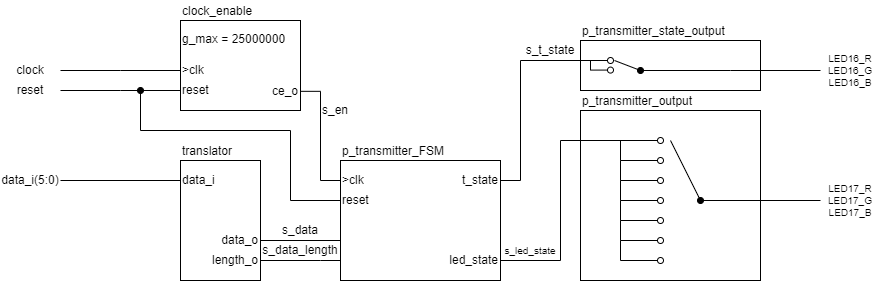
Before: project/images/transmitter.png, a diagram exported from draw.io (MusicalTester63/digital-electronics-1). Source tidied: cells renumbered, new cells last; positions are measured from the earlier drawing's top-left corner, leaving out a move shared by most shapes. The source it was exported from:
```xml
<mxGraphModel>
  <root>
    <mxCell id="0" />
    <mxCell id="1" parent="0" />
    <mxCell id="2" style="group;" parent="1" vertex="1">
      <mxGeometry x="180" y="140" width="80" height="140" as="geometry" />
    </mxCell>
    <mxCell id="3" style="rounded=0;whiteSpace=wrap;html=1;" parent="2" vertex="1">
      <mxGeometry y="20" width="80" height="120" as="geometry" />
    </mxCell>
    <mxCell id="4" value="data_i" style="text;html=1;strokeColor=none;fillColor=none;align=left;verticalAlign=middle;whiteSpace=wrap;rounded=0;" parent="2" vertex="1">
      <mxGeometry y="30" width="40" height="20" as="geometry" />
    </mxCell>
    <mxCell id="5" value="data_o" style="text;html=1;strokeColor=none;fillColor=none;align=right;verticalAlign=middle;whiteSpace=wrap;rounded=0;" parent="2" vertex="1">
      <mxGeometry y="90" width="80" height="20" as="geometry" />
    </mxCell>
    <mxCell id="6" value="translator" style="text;html=1;strokeColor=none;fillColor=none;align=left;verticalAlign=bottom;whiteSpace=wrap;rounded=0;" parent="2" vertex="1">
      <mxGeometry width="80" height="20" as="geometry" />
    </mxCell>
    <mxCell id="7" value="length_o" style="text;html=1;strokeColor=none;fillColor=none;align=right;verticalAlign=middle;whiteSpace=wrap;rounded=0;" parent="2" vertex="1">
      <mxGeometry y="110" width="80" height="20" as="geometry" />
    </mxCell>
    <mxCell id="8" style="edgeStyle=orthogonalEdgeStyle;rounded=0;jettySize=auto;html=1;exitX=0;exitY=0.5;exitDx=0;exitDy=0;endArrow=none;endFill=0;entryX=1;entryY=0.5;entryDx=0;entryDy=0;" parent="1" edge="1" source="4" target="27">
      <mxGeometry relative="1" as="geometry" />
    </mxCell>
    <mxCell id="9" style="edgeStyle=orthogonalEdgeStyle;rounded=0;jettySize=auto;html=1;exitX=1;exitY=0.5;exitDx=0;exitDy=0;endArrow=none;endFill=0;entryX=0;entryY=0.5;entryDx=0;entryDy=0;" parent="1" edge="1" source="5">
      <mxGeometry relative="1" as="geometry">
        <mxPoint x="340" y="240" as="targetPoint" />
        <Array as="points">
          <mxPoint x="340" y="240" />
        </Array>
      </mxGeometry>
    </mxCell>
    <mxCell id="10" style="edgeStyle=orthogonalEdgeStyle;rounded=0;jettySize=auto;html=1;exitX=1;exitY=0.5;exitDx=0;exitDy=0;endArrow=none;endFill=0;entryX=0;entryY=0.5;entryDx=0;entryDy=0;" parent="1" edge="1" source="7">
      <mxGeometry relative="1" as="geometry">
        <mxPoint x="340" y="260" as="targetPoint" />
        <Array as="points">
          <mxPoint x="320" y="260" />
          <mxPoint x="320" y="260" />
        </Array>
      </mxGeometry>
    </mxCell>
    <mxCell id="11" style="edgeStyle=orthogonalEdgeStyle;rounded=0;jettySize=auto;html=1;exitX=0;exitY=0.5;exitDx=0;exitDy=0;endArrow=oval;endFill=1;" parent="1" edge="1" source="14">
      <mxGeometry relative="1" as="geometry">
        <mxPoint x="140" y="90" as="targetPoint" />
        <Array as="points">
          <mxPoint x="290" y="200" />
          <mxPoint x="290" y="130" />
          <mxPoint x="140" y="130" />
        </Array>
      </mxGeometry>
    </mxCell>
    <mxCell id="12" style="group;" parent="1" vertex="1">
      <mxGeometry x="340" y="140" width="160" height="140" as="geometry" />
    </mxCell>
    <mxCell id="13" style="rounded=0;whiteSpace=wrap;html=1;" parent="12" vertex="1">
      <mxGeometry y="20" width="160" height="120" as="geometry" />
    </mxCell>
    <mxCell id="14" value="reset" style="text;html=1;strokeColor=none;fillColor=none;align=left;verticalAlign=middle;whiteSpace=wrap;rounded=0;" parent="12" vertex="1">
      <mxGeometry y="50" width="80" height="20" as="geometry" />
    </mxCell>
    <mxCell id="15" value="p_transmitter_FSM" style="text;html=1;strokeColor=none;fillColor=none;align=left;verticalAlign=bottom;whiteSpace=wrap;rounded=0;" parent="12" vertex="1">
      <mxGeometry width="160" height="20" as="geometry" />
    </mxCell>
    <mxCell id="16" value="t_state" style="text;html=1;strokeColor=none;fillColor=none;align=right;verticalAlign=middle;whiteSpace=wrap;rounded=0;" parent="12" vertex="1">
      <mxGeometry x="80" y="30" width="80" height="20" as="geometry" />
    </mxCell>
    <mxCell id="17" value="&amp;gt;clk" style="text;html=1;strokeColor=none;fillColor=none;align=left;verticalAlign=middle;whiteSpace=wrap;rounded=0;" parent="12" vertex="1">
      <mxGeometry y="30" width="80" height="20" as="geometry" />
    </mxCell>
    <mxCell id="18" value="led_state" style="text;html=1;strokeColor=none;fillColor=none;align=right;verticalAlign=middle;whiteSpace=wrap;rounded=0;" parent="12" vertex="1">
      <mxGeometry x="80" y="110" width="80" height="20" as="geometry" />
    </mxCell>
    <mxCell id="19" style="edgeStyle=elbowEdgeStyle;rounded=0;jettySize=auto;html=1;exitX=0;exitY=0.5;exitDx=0;exitDy=0;startArrow=none;startFill=0;endArrow=none;endFill=0;entryX=1;entryY=0.5;entryDx=0;entryDy=0;" parent="1" edge="1" source="32" target="29">
      <mxGeometry relative="1" as="geometry" />
    </mxCell>
    <mxCell id="20" style="edgeStyle=elbowEdgeStyle;rounded=0;jettySize=auto;html=1;exitX=1;exitY=0.5;exitDx=0;exitDy=0;startArrow=none;startFill=0;endArrow=none;endFill=0;entryX=0;entryY=0.5;entryDx=0;entryDy=0;" parent="1" edge="1" source="34" target="17">
      <mxGeometry relative="1" as="geometry" />
    </mxCell>
    <mxCell id="21" style="edgeStyle=elbowEdgeStyle;rounded=0;jettySize=auto;html=1;exitX=0;exitY=0.5;exitDx=0;exitDy=0;startArrow=none;startFill=0;endArrow=none;endFill=0;entryX=1;entryY=0.5;entryDx=0;entryDy=0;" parent="1" edge="1" source="36" target="28">
      <mxGeometry relative="1" as="geometry" />
    </mxCell>
    <mxCell id="22" value="s_en" style="text;html=1;strokeColor=none;fillColor=none;align=left;verticalAlign=middle;whiteSpace=wrap;rounded=0;" parent="1" vertex="1">
      <mxGeometry x="320" y="100" width="50" height="20" as="geometry" />
    </mxCell>
    <mxCell id="23" value="s_t_state" style="text;html=1;strokeColor=none;fillColor=none;align=center;verticalAlign=middle;whiteSpace=wrap;rounded=0;" parent="1" vertex="1">
      <mxGeometry x="520" y="40" width="60" height="20" as="geometry" />
    </mxCell>
    <mxCell id="24" value="&lt;font style=&quot;font-size: 10px&quot;&gt;s_led_state&lt;/font&gt;" style="text;html=1;strokeColor=none;fillColor=none;align=center;verticalAlign=middle;whiteSpace=wrap;rounded=0;" parent="1" vertex="1">
      <mxGeometry x="500" y="240" width="60" height="20" as="geometry" />
    </mxCell>
    <mxCell id="25" value="s_data" style="text;html=1;strokeColor=none;fillColor=none;align=center;verticalAlign=middle;whiteSpace=wrap;rounded=0;" parent="1" vertex="1">
      <mxGeometry x="260" y="220" width="80" height="20" as="geometry" />
    </mxCell>
    <mxCell id="26" value="s_data_length" style="text;html=1;strokeColor=none;fillColor=none;align=center;verticalAlign=middle;whiteSpace=wrap;rounded=0;" parent="1" vertex="1">
      <mxGeometry x="260" y="240" width="80" height="20" as="geometry" />
    </mxCell>
    <mxCell id="27" value="data_i(5:0)" style="text;html=1;strokeColor=none;fillColor=none;align=center;verticalAlign=middle;whiteSpace=wrap;rounded=0;" parent="1" vertex="1">
      <mxGeometry y="170" width="60" height="20" as="geometry" />
    </mxCell>
    <mxCell id="28" value="clock&lt;span style=&quot;color: rgba(0 , 0 , 0 , 0) ; font-family: monospace ; font-size: 0px&quot;&gt;%3CmxGraphModel%3E%3Croot%3E%3CmxCell%20id%3D%220%22%2F%3E%3CmxCell%20id%3D%221%22%20parent%3D%220%22%2F%3E%3CmxCell%20id%3D%222%22%20value%3D%22data_i(5%3A0)%22%20style%3D%22text%3Bhtml%3D1%3BstrokeColor%3Dnone%3BfillColor%3Dnone%3Balign%3Dcenter%3BverticalAlign%3Dmiddle%3BwhiteSpace%3Dwrap%3Brounded%3D0%3B%22%20vertex%3D%221%22%20parent%3D%221%22%3E%3CmxGeometry%20x%3D%2220%22%20y%3D%22210%22%20width%3D%2260%22%20height%3D%2220%22%20as%3D%22geometry%22%2F%3E%3C%2FmxCell%3E%3C%2Froot%3E%3C%2FmxGraphModel%3E&lt;/span&gt;" style="text;html=1;strokeColor=none;fillColor=none;align=center;verticalAlign=middle;whiteSpace=wrap;rounded=0;" parent="1" vertex="1">
      <mxGeometry y="60" width="60" height="20" as="geometry" />
    </mxCell>
    <mxCell id="29" value="reset" style="text;html=1;strokeColor=none;fillColor=none;align=center;verticalAlign=middle;whiteSpace=wrap;rounded=0;" parent="1" vertex="1">
      <mxGeometry y="80" width="60" height="20" as="geometry" />
    </mxCell>
    <mxCell id="30" style="group;" parent="1" vertex="1">
      <mxGeometry x="180" width="120" height="110" as="geometry" />
    </mxCell>
    <mxCell id="31" style="rounded=0;whiteSpace=wrap;html=1;fillColor=default;" parent="30" vertex="1">
      <mxGeometry y="20" width="120" height="90" as="geometry" />
    </mxCell>
    <mxCell id="32" value="reset" style="text;html=1;strokeColor=none;fillColor=none;align=left;verticalAlign=middle;whiteSpace=wrap;rounded=0;" parent="30" vertex="1">
      <mxGeometry y="80" width="50" height="20" as="geometry" />
    </mxCell>
    <mxCell id="33" value="clock_enable" style="text;html=1;strokeColor=none;fillColor=none;align=left;verticalAlign=bottom;whiteSpace=wrap;rounded=0;" parent="30" vertex="1">
      <mxGeometry width="100" height="20" as="geometry" />
    </mxCell>
    <mxCell id="34" value="ce_o" style="text;html=1;strokeColor=none;fillColor=none;align=right;verticalAlign=middle;whiteSpace=wrap;rounded=0;" parent="30" vertex="1">
      <mxGeometry x="70" y="81.7" width="50" height="18.3" as="geometry" />
    </mxCell>
    <mxCell id="35" value="g_max = 25000000" style="text;html=1;strokeColor=none;fillColor=none;align=left;verticalAlign=middle;whiteSpace=wrap;rounded=0;" parent="30" vertex="1">
      <mxGeometry y="30" width="110" height="18.3" as="geometry" />
    </mxCell>
    <mxCell id="36" value="&amp;gt;clk" style="text;html=1;strokeColor=none;fillColor=none;align=left;verticalAlign=middle;whiteSpace=wrap;rounded=0;" parent="30" vertex="1">
      <mxGeometry y="60" width="60" height="20" as="geometry" />
    </mxCell>
    <mxCell id="37" style="group;" parent="1" vertex="1">
      <mxGeometry x="580" y="20" width="180" height="70" as="geometry" />
    </mxCell>
    <mxCell id="38" style="rounded=0;whiteSpace=wrap;html=1;fillColor=default;" parent="37" vertex="1">
      <mxGeometry y="20" width="180" height="50" as="geometry" />
    </mxCell>
    <mxCell id="39" value="p_transmitter_state_output" style="text;html=1;strokeColor=none;fillColor=none;align=left;verticalAlign=bottom;whiteSpace=wrap;rounded=0;" parent="37" vertex="1">
      <mxGeometry width="180" height="20" as="geometry" />
    </mxCell>
    <mxCell id="40" style="endArrow=oval;html=1;rounded=0;fontSize=9;edgeStyle=orthogonalEdgeStyle;endFill=0;" parent="37" edge="1">
      <mxGeometry relative="1" as="geometry">
        <mxPoint x="10" y="40" as="sourcePoint" />
        <mxPoint x="30" y="49.6" as="targetPoint" />
        <Array as="points">
          <mxPoint x="10" y="40" />
          <mxPoint x="10" y="49.6" />
          <mxPoint x="30" y="49.6" />
        </Array>
      </mxGeometry>
    </mxCell>
    <mxCell id="41" style="endArrow=none;html=1;rounded=0;endFill=0;startArrow=oval;startFill=1;" parent="37" edge="1">
      <mxGeometry relative="1" as="geometry">
        <mxPoint x="60" y="50" as="sourcePoint" />
        <mxPoint x="34" y="40" as="targetPoint" />
      </mxGeometry>
    </mxCell>
    <mxCell id="42" style="endArrow=none;html=1;rounded=0;edgeStyle=elbowEdgeStyle;entryX=0;entryY=0.5;entryDx=0;entryDy=0;" parent="37" edge="1" target="56">
      <mxGeometry relative="1" as="geometry">
        <mxPoint x="60" y="50" as="sourcePoint" />
      </mxGeometry>
    </mxCell>
    <mxCell id="43" style="group;" parent="1" vertex="1">
      <mxGeometry x="580" y="90" width="180" height="190" as="geometry" />
    </mxCell>
    <mxCell id="44" style="rounded=0;whiteSpace=wrap;html=1;fillColor=default;" parent="43" vertex="1">
      <mxGeometry y="20" width="180" height="170" as="geometry" />
    </mxCell>
    <mxCell id="45" value="p_transmitter_output" style="text;html=1;strokeColor=none;fillColor=none;align=left;verticalAlign=bottom;whiteSpace=wrap;rounded=0;" parent="43" vertex="1">
      <mxGeometry width="180" height="20" as="geometry" />
    </mxCell>
    <mxCell id="46" style="endArrow=oval;html=1;rounded=0;fontSize=9;edgeStyle=orthogonalEdgeStyle;endFill=0;" parent="43" edge="1">
      <mxGeometry relative="1" as="geometry">
        <mxPoint x="40" y="50" as="sourcePoint" />
        <mxPoint x="80" y="70" as="targetPoint" />
        <Array as="points">
          <mxPoint x="40" y="70" />
        </Array>
      </mxGeometry>
    </mxCell>
    <mxCell id="47" style="endArrow=none;html=1;rounded=0;endFill=0;startArrow=oval;startFill=1;" parent="43" edge="1">
      <mxGeometry relative="1" as="geometry">
        <mxPoint x="120" y="110" as="sourcePoint" />
        <mxPoint x="90" y="50" as="targetPoint" />
      </mxGeometry>
    </mxCell>
    <mxCell id="48" style="endArrow=oval;html=1;rounded=0;fontSize=9;edgeStyle=orthogonalEdgeStyle;endFill=0;" parent="43" edge="1">
      <mxGeometry relative="1" as="geometry">
        <mxPoint x="40" y="70" as="sourcePoint" />
        <mxPoint x="80" y="90" as="targetPoint" />
        <Array as="points">
          <mxPoint x="40" y="90" />
        </Array>
      </mxGeometry>
    </mxCell>
    <mxCell id="49" style="endArrow=oval;html=1;rounded=0;fontSize=9;edgeStyle=orthogonalEdgeStyle;endFill=0;" parent="43" edge="1">
      <mxGeometry relative="1" as="geometry">
        <mxPoint x="40" y="90" as="sourcePoint" />
        <mxPoint x="80" y="110" as="targetPoint" />
        <Array as="points">
          <mxPoint x="40" y="110" />
        </Array>
      </mxGeometry>
    </mxCell>
    <mxCell id="50" style="endArrow=oval;html=1;rounded=0;fontSize=9;edgeStyle=orthogonalEdgeStyle;endFill=0;" parent="43" edge="1">
      <mxGeometry relative="1" as="geometry">
        <mxPoint x="40" y="150" as="sourcePoint" />
        <mxPoint x="80" y="170" as="targetPoint" />
        <Array as="points">
          <mxPoint x="40" y="170" />
        </Array>
      </mxGeometry>
    </mxCell>
    <mxCell id="51" style="endArrow=oval;html=1;rounded=0;fontSize=9;edgeStyle=orthogonalEdgeStyle;endFill=0;" parent="43" edge="1">
      <mxGeometry relative="1" as="geometry">
        <mxPoint x="40" y="130" as="sourcePoint" />
        <mxPoint x="80" y="150" as="targetPoint" />
        <Array as="points">
          <mxPoint x="40" y="150" />
        </Array>
      </mxGeometry>
    </mxCell>
    <mxCell id="52" style="endArrow=oval;html=1;rounded=0;fontSize=9;edgeStyle=orthogonalEdgeStyle;endFill=0;" parent="43" edge="1">
      <mxGeometry relative="1" as="geometry">
        <mxPoint x="40" y="110" as="sourcePoint" />
        <mxPoint x="80" y="130" as="targetPoint" />
        <Array as="points">
          <mxPoint x="40" y="130" />
        </Array>
      </mxGeometry>
    </mxCell>
    <mxCell id="53" style="edgeStyle=elbowEdgeStyle;rounded=0;jettySize=auto;html=1;exitX=1;exitY=0.5;exitDx=0;exitDy=0;startArrow=none;startFill=0;endArrow=oval;endFill=0;" parent="1" edge="1" source="18">
      <mxGeometry relative="1" as="geometry">
        <mxPoint x="660" y="140" as="targetPoint" />
        <Array as="points">
          <mxPoint x="560" y="200" />
        </Array>
      </mxGeometry>
    </mxCell>
    <mxCell id="54" style="edgeStyle=orthogonalEdgeStyle;rounded=0;jettySize=auto;html=1;exitX=1;exitY=0.5;exitDx=0;exitDy=0;endArrow=oval;endFill=0;" parent="1" edge="1" source="16">
      <mxGeometry relative="1" as="geometry">
        <mxPoint x="610" y="60" as="targetPoint" />
        <Array as="points">
          <mxPoint x="520" y="180" />
          <mxPoint x="520" y="60" />
        </Array>
      </mxGeometry>
    </mxCell>
    <mxCell id="55" style="endArrow=none;html=1;rounded=0;edgeStyle=elbowEdgeStyle;" parent="1" edge="1">
      <mxGeometry relative="1" as="geometry">
        <mxPoint x="700" y="200" as="sourcePoint" />
        <mxPoint x="820" y="200" as="targetPoint" />
      </mxGeometry>
    </mxCell>
    <mxCell id="56" value="LED16_R&lt;br&gt;LED16_G&lt;br&gt;LED16_B" style="text;html=1;strokeColor=none;fillColor=none;align=center;verticalAlign=middle;whiteSpace=wrap;rounded=0;fontSize=10;" parent="1" vertex="1">
      <mxGeometry x="820" y="50" width="60" height="40" as="geometry" />
    </mxCell>
    <mxCell id="57" value="LED17_R&lt;br&gt;LED17_G&lt;br&gt;LED17_B" style="text;html=1;strokeColor=none;fillColor=none;align=center;verticalAlign=middle;whiteSpace=wrap;rounded=0;fontSize=10;" parent="1" vertex="1">
      <mxGeometry x="820" y="180" width="60" height="40" as="geometry" />
    </mxCell>
  </root>
</mxGraphModel>
```
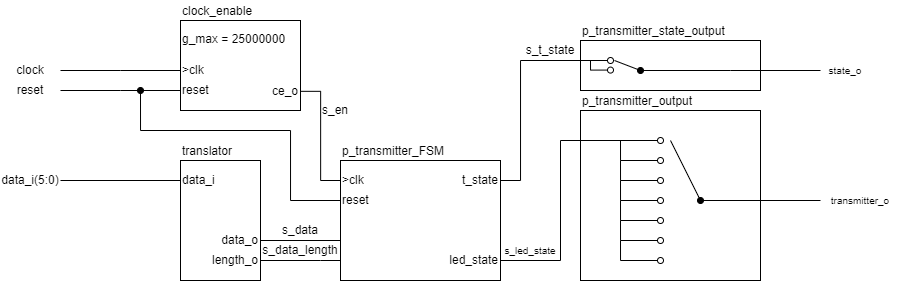
Above is the later version.

Change to the diagram source:
```diff
@@ -248,11 +248,11 @@
         <mxPoint x="820" y="200" as="targetPoint" />
       </mxGeometry>
     </mxCell>
-    <mxCell id="56" value="LED16_R&lt;br&gt;LED16_G&lt;br&gt;LED16_B" style="text;html=1;strokeColor=none;fillColor=none;align=center;verticalAlign=middle;whiteSpace=wrap;rounded=0;fontSize=10;" parent="1" vertex="1">
-      <mxGeometry x="820" y="50" width="60" height="40" as="geometry" />
+    <mxCell id="56" value="state_o" style="text;html=1;strokeColor=none;fillColor=none;align=center;verticalAlign=middle;whiteSpace=wrap;rounded=0;fontSize=10;" parent="1" vertex="1">
+      <mxGeometry x="820" y="50" width="50" height="40" as="geometry" />
     </mxCell>
-    <mxCell id="57" value="LED17_R&lt;br&gt;LED17_G&lt;br&gt;LED17_B" style="text;html=1;strokeColor=none;fillColor=none;align=center;verticalAlign=middle;whiteSpace=wrap;rounded=0;fontSize=10;" parent="1" vertex="1">
-      <mxGeometry x="820" y="180" width="60" height="40" as="geometry" />
+    <mxCell id="57" value="transmitter_o" style="text;html=1;strokeColor=none;fillColor=none;align=center;verticalAlign=middle;whiteSpace=wrap;rounded=0;fontSize=10;" parent="1" vertex="1">
+      <mxGeometry x="820" y="180" width="80" height="40" as="geometry" />
     </mxCell>
   </root>
 </mxGraphModel>
```
